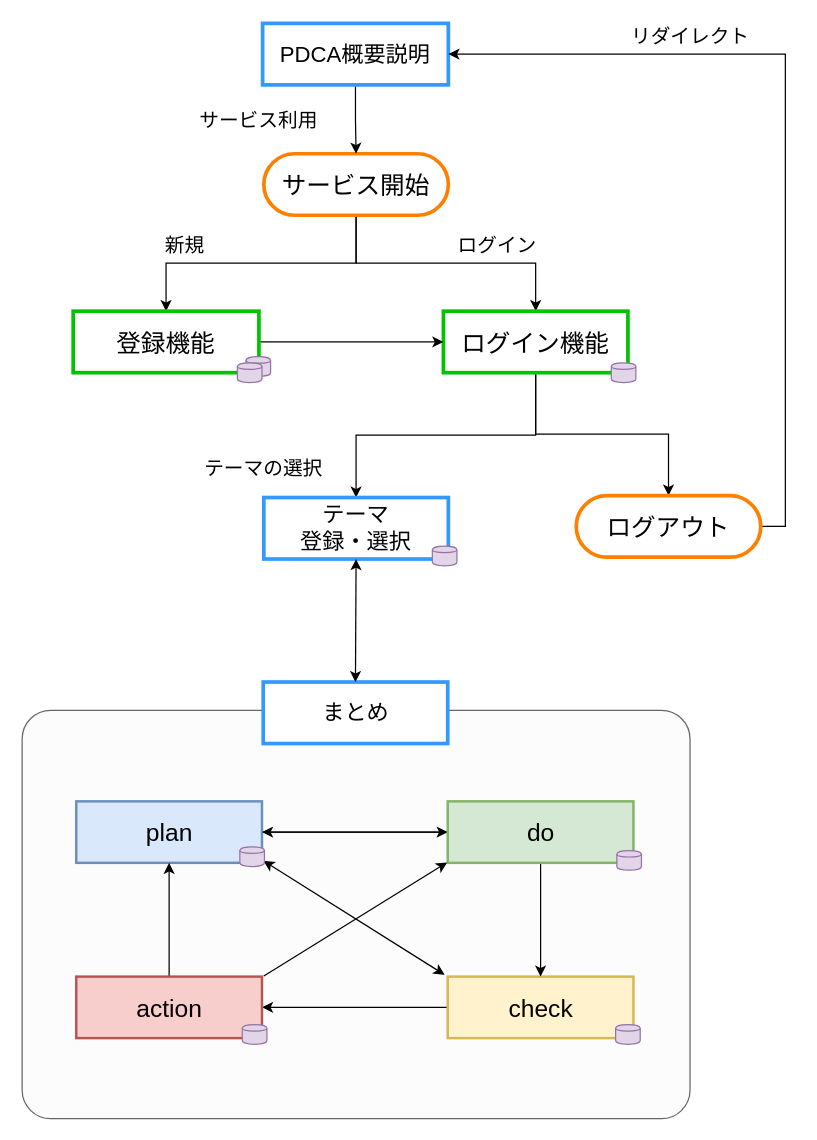
Above: PDCA.drawio in kakeru-kaijo/TECH-BASE-internship (draw.io), before the change. Source tidied: cells renumbered, new cells numbered last; positions are measured from the earlier drawing's top-left corner, leaving out a move shared by most shapes. Both pictures are drawn from the tidied source at 123%, with x=0, y=0 at pixel (21, 22).
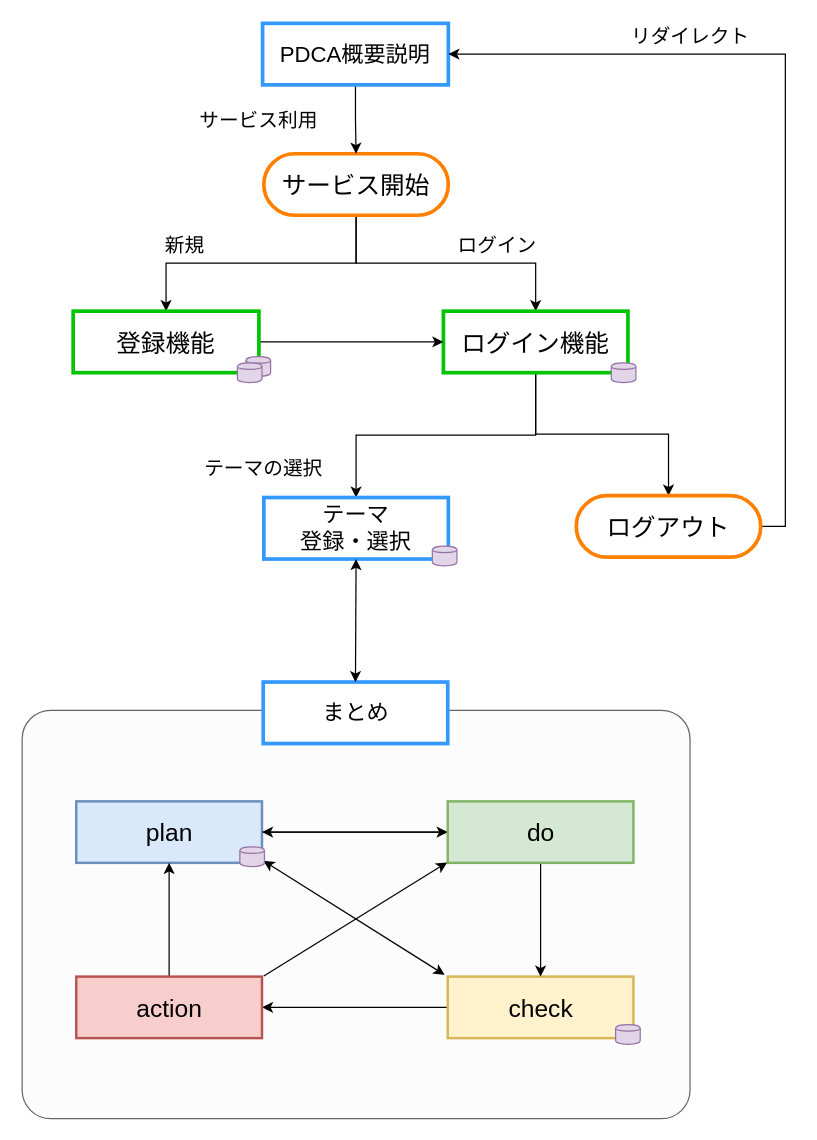
After the change.

Change to the diagram source:
```diff
@@
-    <mxCell id="39" style="shape=cylinder;whiteSpace=wrap;html=1;boundedLbl=1;backgroundOutline=1;fillColor=#e1d5e7;strokeColor=#9673a6;" parent="1" vertex="1">
-      <mxGeometry x="179.5" y="814.5" width="20" height="16" as="geometry" />
-    </mxCell>
@@
-    <mxCell id="41" style="shape=cylinder;whiteSpace=wrap;html=1;boundedLbl=1;backgroundOutline=1;fillColor=#e1d5e7;strokeColor=#9673a6;" parent="1" vertex="1">
-      <mxGeometry x="484" y="673" width="20" height="16" as="geometry" />
-    </mxCell>
```
